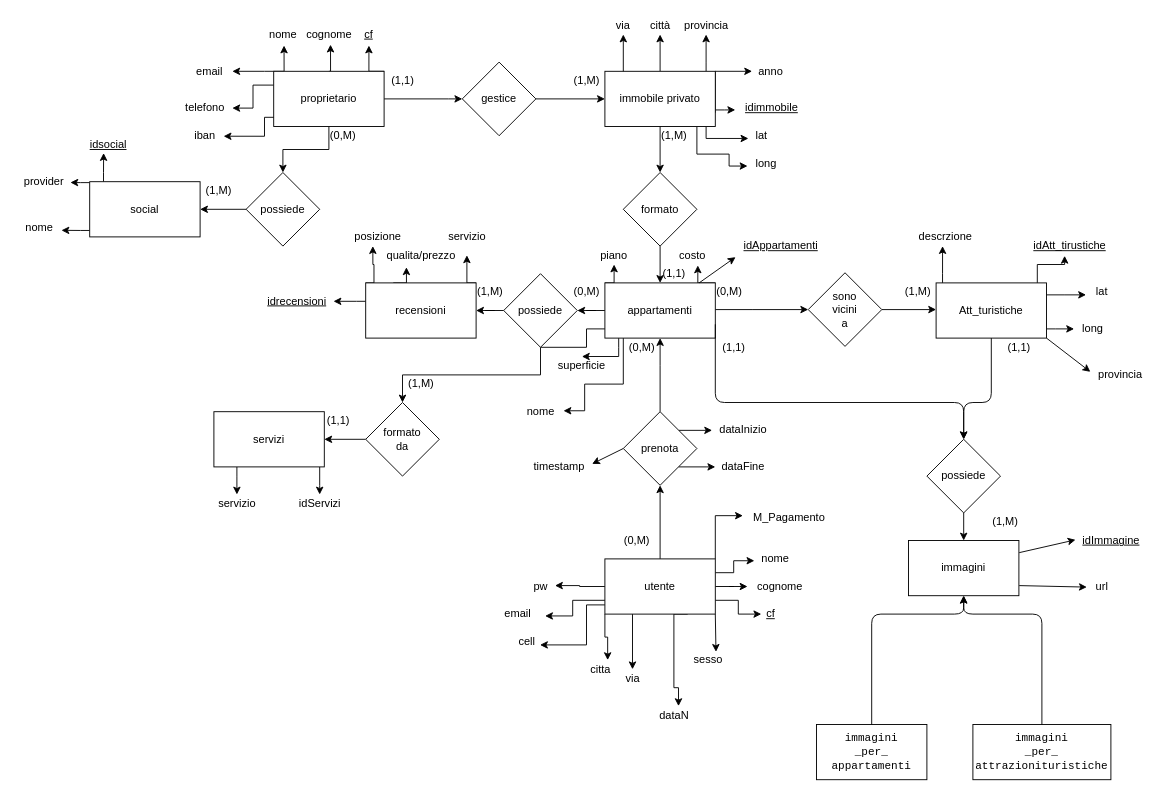
The draw.io diagram schema er.drawio in MrPinko/Esame-affitti, before the edit. Source tidied: cells renumbered, new cells numbered last; positions are measured from the earlier drawing's top-left corner, leaving out a move shared by most shapes. Both pictures are drawn from the tidied source at 92%, with x=0, y=0 at pixel (16, 16).
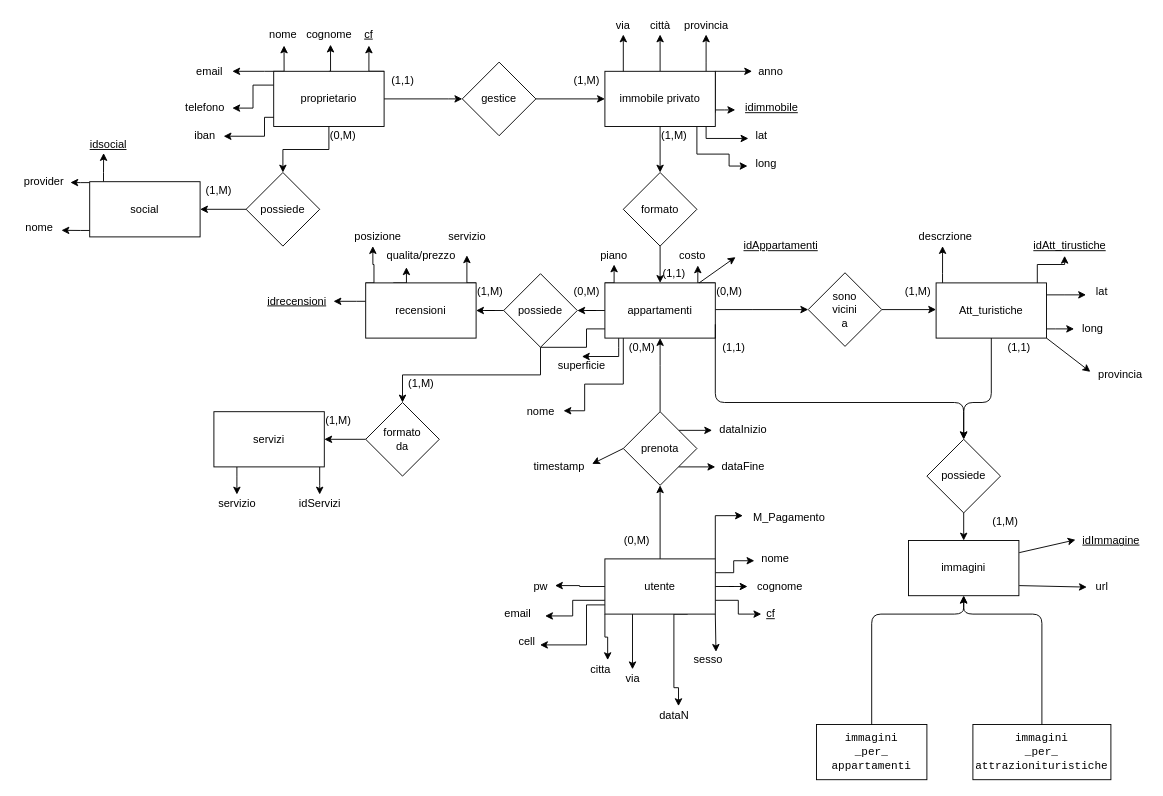
The same page after the edit.

The edit, as a diff of the source:
```diff
@@
-    <mxCell id="133" value="(1,1)" style="text;html=1;align=center;verticalAlign=middle;strokeColor=none;" parent="1" vertex="1">
+    <mxCell id="133" value="(1,M)" style="text;html=1;align=center;verticalAlign=middle;strokeColor=none;" parent="1" vertex="1">
       <mxGeometry x="330" y="430" width="40" height="20" as="geometry" />
     </mxCell>
```
